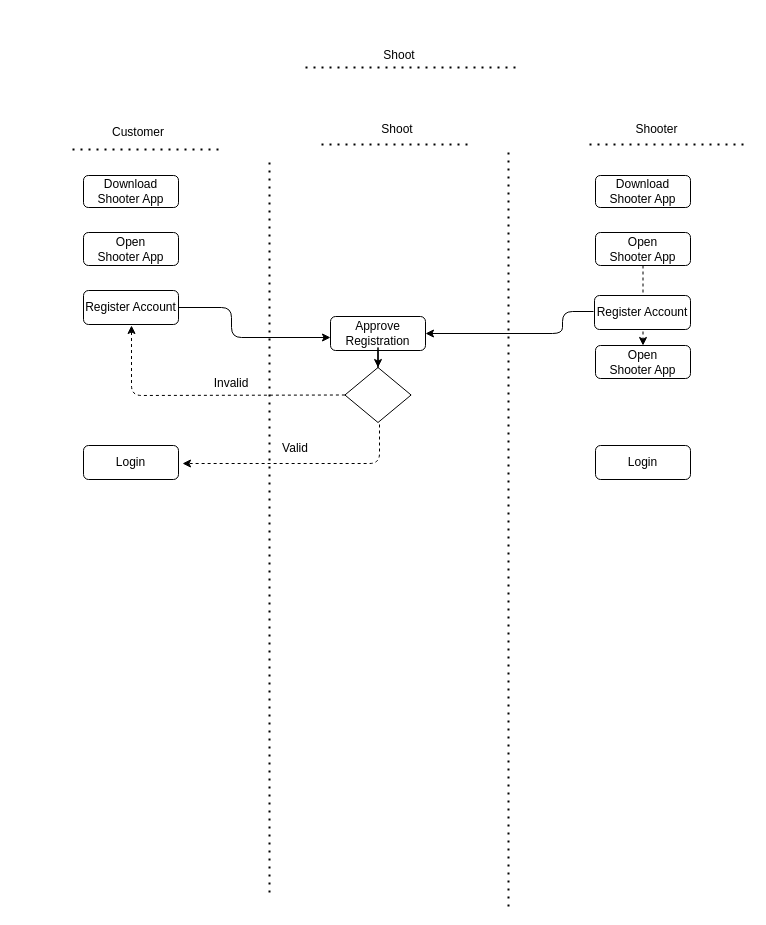
showkat2203/ShopOffer keeps this draw.io diagram as Untitled Diagram.drawio. Above is the earlier version. Source tidied: cells renumbered, new cells numbered last; positions are measured from the earlier drawing's top-left corner, leaving out a move shared by most shapes. Both pictures are drawn from the tidied source at 100%, with x=0, y=0 at pixel (72, 45).
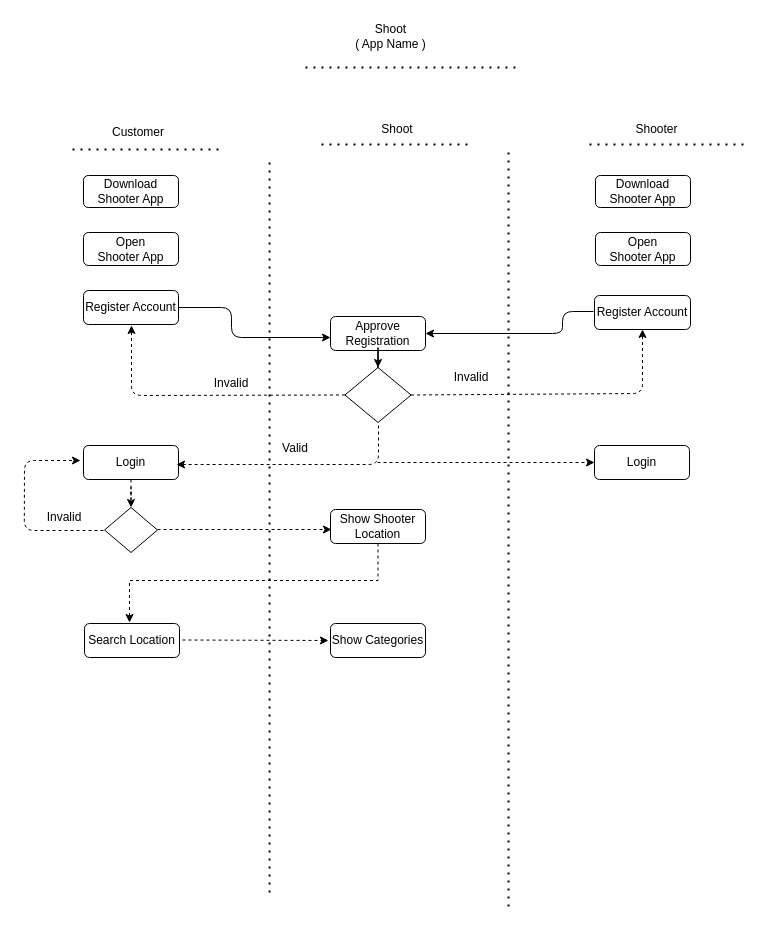
After the change.

The change refers to these unchanged cells:
```xml
<mxCell id="15" value="Login" style="rounded=1;whiteSpace=wrap;html=1;labelBackgroundColor=none;align=center;" parent="1" vertex="1">
  <mxGeometry x="11" y="400" width="95" height="34" as="geometry" />
</mxCell>
<mxCell id="20" style="rhombus;whiteSpace=wrap;html=1;labelBackgroundColor=none;align=center;" parent="1" vertex="1">
  <mxGeometry x="272.4" y="322" width="66.2" height="55" as="geometry" />
</mxCell>
<mxCell id="26" value="Open &lt;br&gt;Shooter App" style="rounded=1;whiteSpace=wrap;html=1;labelBackgroundColor=none;align=center;" parent="1" vertex="1">
  <mxGeometry x="523" y="187" width="95" height="33" as="geometry" />
</mxCell>
<mxCell id="27" value="Register Account" style="rounded=1;whiteSpace=wrap;html=1;labelBackgroundColor=none;align=center;" parent="1" vertex="1">
  <mxGeometry x="522" y="250" width="96" height="34" as="geometry" />
</mxCell>
```

The edit, as a diff of the source:
```diff
@@
-    <mxCell id="5" value="Shoot" style="text;html=1;strokeColor=none;fillColor=none;align=center;verticalAlign=middle;whiteSpace=wrap;rounded=0;labelBackgroundColor=none;" parent="1" vertex="1">
-      <mxGeometry x="292" width="70" height="20" as="geometry" />
+    <mxCell id="5" value="Shoot &lt;br&gt;( App Name )" style="text;html=1;strokeColor=none;fillColor=none;align=center;verticalAlign=middle;whiteSpace=wrap;rounded=0;labelBackgroundColor=none;" parent="1" vertex="1">
+      <mxGeometry x="278" y="-28" width="81" height="37" as="geometry" />
     </mxCell>
@@
     <mxCell id="22" style="endArrow=classic;html=1;align=center;dashed=1;" parent="1" edge="1">
       <mxGeometry relative="1" as="geometry">
-        <mxPoint x="307" y="379" as="sourcePoint" />
-        <mxPoint x="110" y="418" as="targetPoint" />
+        <mxPoint x="306" y="380" as="sourcePoint" />
+        <mxPoint x="104" y="419" as="targetPoint" />
         <Array as="points">
-          <mxPoint x="307" y="418" />
+          <mxPoint x="306" y="419" />
         </Array>
       </mxGeometry>
     </mxCell>
@@
-    <mxCell id="25" style="edgeStyle=orthogonalEdgeStyle;rounded=0;jettySize=auto;html=1;dashed=1;align=center;" parent="1" edge="1" source="26" target="30">
-      <mxGeometry relative="1" as="geometry" />
-    </mxCell>
@@
     <mxCell id="28" value="Login" style="rounded=1;whiteSpace=wrap;html=1;labelBackgroundColor=none;align=center;" parent="1" vertex="1">
-      <mxGeometry x="523" y="400" width="95" height="34" as="geometry" />
+      <mxGeometry x="522" y="400" width="95" height="34" as="geometry" />
     </mxCell>
@@
-    <mxCell id="30" value="Open &lt;br&gt;Shooter App" style="rounded=1;whiteSpace=wrap;html=1;labelBackgroundColor=none;align=center;" parent="1" vertex="1">
-      <mxGeometry x="523" y="300" width="95" height="33" as="geometry" />
-    </mxCell>
+    <mxCell id="31" style="endArrow=classic;html=1;align=center;dashed=1;entryX=0.5;entryY=1;entryDx=0;entryDy=0;exitX=1;exitY=0.5;exitDx=0;exitDy=0;" parent="1" edge="1" source="20" target="27">
+      <mxGeometry relative="1" as="geometry">
+        <Array as="points">
+          <mxPoint x="570" y="348" />
+        </Array>
+      </mxGeometry>
+    </mxCell>
+    <mxCell id="32" value="Invalid" style="text;html=1;strokeColor=none;fillColor=none;align=center;verticalAlign=middle;whiteSpace=wrap;rounded=0;labelBackgroundColor=none;" parent="1" vertex="1">
+      <mxGeometry x="364" y="322" width="70" height="20" as="geometry" />
+    </mxCell>
+    <mxCell id="33" style="endArrow=classic;html=1;align=center;dashed=1;entryX=0;entryY=0.5;entryDx=0;entryDy=0;" parent="1" edge="1" target="28">
+      <mxGeometry relative="1" as="geometry">
+        <mxPoint x="305" y="417" as="sourcePoint" />
+      </mxGeometry>
+    </mxCell>
+    <mxCell id="34" style="edgeStyle=orthogonalEdgeStyle;rounded=0;jettySize=auto;html=1;dashed=1;align=center;" parent="1" edge="1" source="15" target="35">
+      <mxGeometry relative="1" as="geometry" />
+    </mxCell>
+    <mxCell id="35" style="rhombus;whiteSpace=wrap;html=1;labelBackgroundColor=none;align=center;" parent="1" vertex="1">
+      <mxGeometry x="32" y="462" width="53" height="45" as="geometry" />
+    </mxCell>
+    <mxCell id="36" style="endArrow=classic;html=1;align=center;dashed=1;" parent="1" edge="1">
+      <mxGeometry relative="1" as="geometry">
+        <mxPoint x="31" y="485" as="sourcePoint" />
+        <mxPoint x="8" y="415" as="targetPoint" />
+        <Array as="points">
+          <mxPoint x="-48.2" y="485" />
+          <mxPoint x="-48" y="415" />
+        </Array>
+      </mxGeometry>
+    </mxCell>
+    <mxCell id="37" value="Invalid" style="text;html=1;strokeColor=none;fillColor=none;align=center;verticalAlign=middle;whiteSpace=wrap;rounded=0;labelBackgroundColor=none;" parent="1" vertex="1">
+      <mxGeometry x="-43" y="462" width="70" height="20" as="geometry" />
+    </mxCell>
+    <mxCell id="38" style="endArrow=classic;html=1;align=center;dashed=1;" parent="1" edge="1">
+      <mxGeometry relative="1" as="geometry">
+        <mxPoint x="85" y="484" as="sourcePoint" />
+        <mxPoint x="259" y="484" as="targetPoint" />
+      </mxGeometry>
+    </mxCell>
+    <mxCell id="39" value="Show Shooter Location" style="rounded=1;whiteSpace=wrap;html=1;labelBackgroundColor=none;align=center;" parent="1" vertex="1">
+      <mxGeometry x="258" y="464" width="95" height="34" as="geometry" />
+    </mxCell>
+    <mxCell id="40" value="Search Location" style="rounded=1;whiteSpace=wrap;html=1;labelBackgroundColor=none;align=center;" parent="1" vertex="1">
+      <mxGeometry x="12" y="578" width="95" height="34" as="geometry" />
+    </mxCell>
+    <mxCell id="41" value="Show Categories" style="rounded=1;whiteSpace=wrap;html=1;labelBackgroundColor=none;align=center;" parent="1" vertex="1">
+      <mxGeometry x="258" y="578" width="95" height="34" as="geometry" />
+    </mxCell>
+    <mxCell id="42" style="edgeStyle=orthogonalEdgeStyle;rounded=0;jettySize=auto;html=1;dashed=1;align=center;exitX=0.5;exitY=1;exitDx=0;exitDy=0;" parent="1" edge="1" source="39">
+      <mxGeometry relative="1" as="geometry">
+        <mxPoint x="57" y="577" as="targetPoint" />
+        <Array as="points">
+          <mxPoint x="306" y="535" />
+          <mxPoint x="57" y="535" />
+        </Array>
+      </mxGeometry>
+    </mxCell>
+    <mxCell id="43" style="endArrow=classic;html=1;align=center;dashed=1;" parent="1" edge="1">
+      <mxGeometry relative="1" as="geometry">
+        <mxPoint x="110" y="594.5" as="sourcePoint" />
+        <mxPoint x="256" y="595" as="targetPoint" />
+      </mxGeometry>
+    </mxCell>
```
